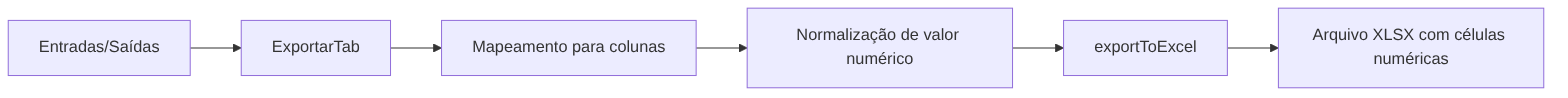
Above: docs/diagramas/exports/fluxo-financeiro_2.png in adrianoapc/igreja-carvalho (Mermaid), before the change. Its source is kept beside it as docs/diagramas/exports/fluxo-financeiro_2.mmd.
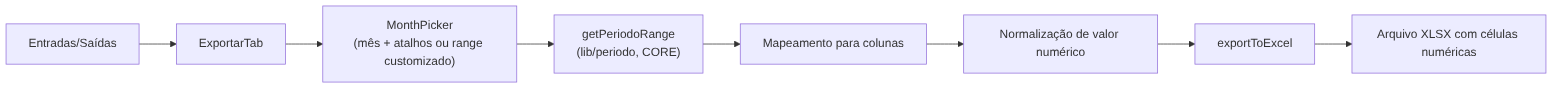
After the change.

What changed in the source:
```diff
@@ -1,6 +1,8 @@
 flowchart LR
     UI[Entradas/Saídas] --> TAB[ExportarTab]
-    TAB --> MAP[Mapeamento para colunas]
+    TAB --> MP["MonthPicker\n(mês + atalhos ou range customizado)"]
+    MP --> PERIODO["getPeriodoRange\n(lib/periodo, CORE)"]
+    PERIODO --> MAP[Mapeamento para colunas]
     MAP --> NORMALIZE[Normalização de valor numérico]
     NORMALIZE --> XLSX[exportToExcel]
     XLSX --> FILE[Arquivo XLSX com células numéricas]
```
